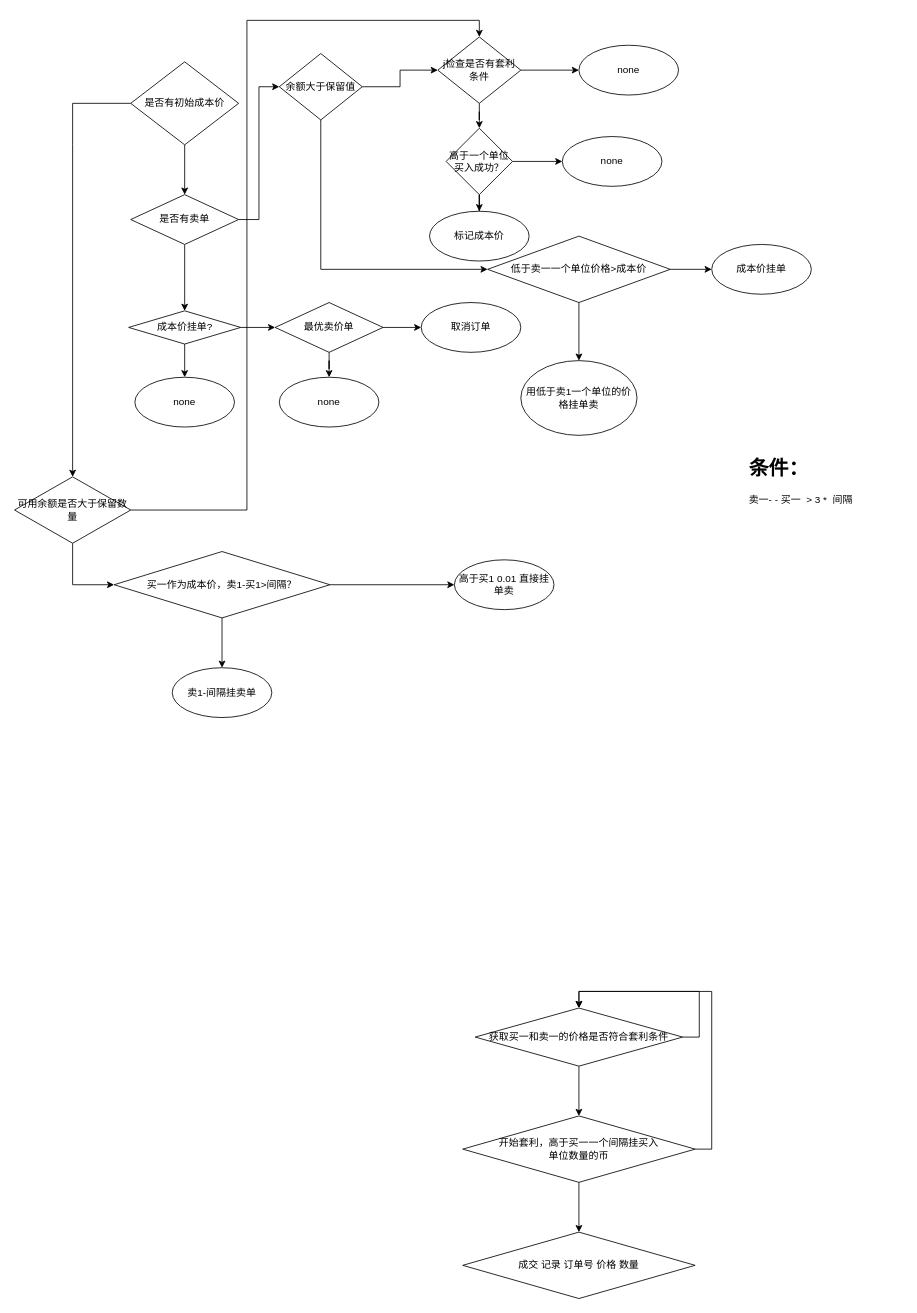
The draw.io diagram page "第 1 页" (1 of 2) of gate.drawio in fzuguo/hello-world, before the edit. Source tidied: cells renumbered, new cells numbered last; positions are measured from the earlier drawing's top-left corner, leaving out a move shared by most shapes. Both pictures are drawn from the tidied source at 83%, with x=0, y=0 at pixel (14, 20).
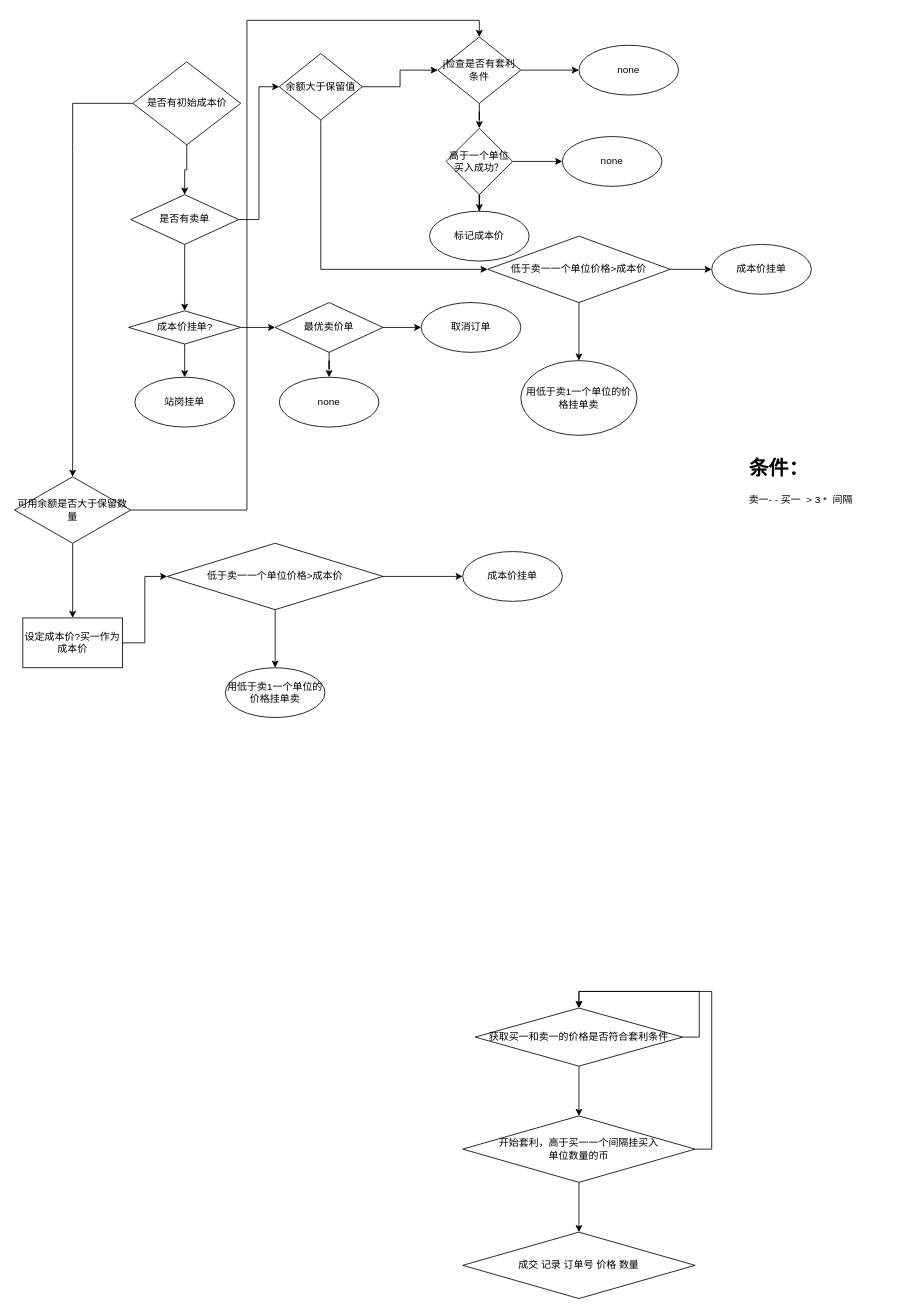
The same page after the edit.

The change refers to these unchanged cells:
```xml
<mxCell id="12" value="可用余额是否大于保留数量" style="rhombus;whiteSpace=wrap;html=1;" parent="1" vertex="1">
  <mxGeometry y="550" width="140" height="80" as="geometry" />
</mxCell>
```

Diff of the diagram source:
```diff
@@
-    <mxCell id="10" style="edgeStyle=orthogonalEdgeStyle;rounded=0;jettySize=auto;html=1;exitX=0.5;exitY=1;exitDx=0;exitDy=0;entryX=0;entryY=0.5;entryDx=0;entryDy=0;" parent="1" edge="1" source="12" target="15">
-      <mxGeometry relative="1" as="geometry" />
-    </mxCell>
@@
+    <mxCell id="50" style="edgeStyle=orthogonalEdgeStyle;rounded=0;jettySize=auto;html=1;" parent="1" edge="1" source="12" target="52">
+      <mxGeometry relative="1" as="geometry" />
+    </mxCell>
@@
-    <mxCell id="15" value="买一作为成本价，卖1-买1&amp;gt;间隔？" style="rhombus;whiteSpace=wrap;html=1;" parent="1" vertex="1">
-      <mxGeometry x="120" y="640" width="260" height="80" as="geometry" />
+    <mxCell id="15" value="低于卖一一个单位价格&amp;gt;成本价" style="rhombus;whiteSpace=wrap;html=1;" parent="1" vertex="1">
+      <mxGeometry x="184" y="630" width="260" height="80" as="geometry" />
     </mxCell>
@@
     <mxCell id="18" value="是否有初始成本价" style="rhombus;whiteSpace=wrap;html=1;" parent="1" vertex="1">
-      <mxGeometry x="140" y="50" width="130" height="100" as="geometry" />
+      <mxGeometry x="142.5" y="50" width="130" height="100" as="geometry" />
     </mxCell>
@@
-    <mxCell id="33" value="none" style="ellipse;whiteSpace=wrap;html=1;" parent="1" vertex="1">
+    <mxCell id="33" value="站岗挂单" style="ellipse;whiteSpace=wrap;html=1;" parent="1" vertex="1">
       <mxGeometry x="145" y="430" width="120" height="60" as="geometry" />
     </mxCell>
@@
-    <mxCell id="48" value="卖1-间隔挂卖单" style="ellipse;whiteSpace=wrap;html=1;" parent="1" vertex="1">
-      <mxGeometry x="190" y="780" width="120" height="60" as="geometry" />
+    <mxCell id="48" value="用低于卖1一个单位的价格挂单卖" style="ellipse;whiteSpace=wrap;html=1;" parent="1" vertex="1">
+      <mxGeometry x="254" y="780" width="120" height="60" as="geometry" />
     </mxCell>
-    <mxCell id="49" value="高于买1 0.01 直接挂单卖" style="ellipse;whiteSpace=wrap;html=1;" parent="1" vertex="1">
-      <mxGeometry x="530" y="650" width="120" height="60" as="geometry" />
+    <mxCell id="49" value="成本价挂单" style="ellipse;whiteSpace=wrap;html=1;" parent="1" vertex="1">
+      <mxGeometry x="540" y="640" width="120" height="60" as="geometry" />
     </mxCell>
+    <mxCell id="51" style="edgeStyle=orthogonalEdgeStyle;rounded=0;jettySize=auto;html=1;exitX=1;exitY=0.5;exitDx=0;exitDy=0;entryX=0;entryY=0.5;entryDx=0;entryDy=0;" parent="1" edge="1" source="52" target="15">
+      <mxGeometry relative="1" as="geometry" />
+    </mxCell>
+    <mxCell id="52" value="设定成本价?买一作为成本价" style="whiteSpace=wrap;html=1;" parent="1" vertex="1">
+      <mxGeometry x="10" y="720" width="120" height="60" as="geometry" />
+    </mxCell>
```
